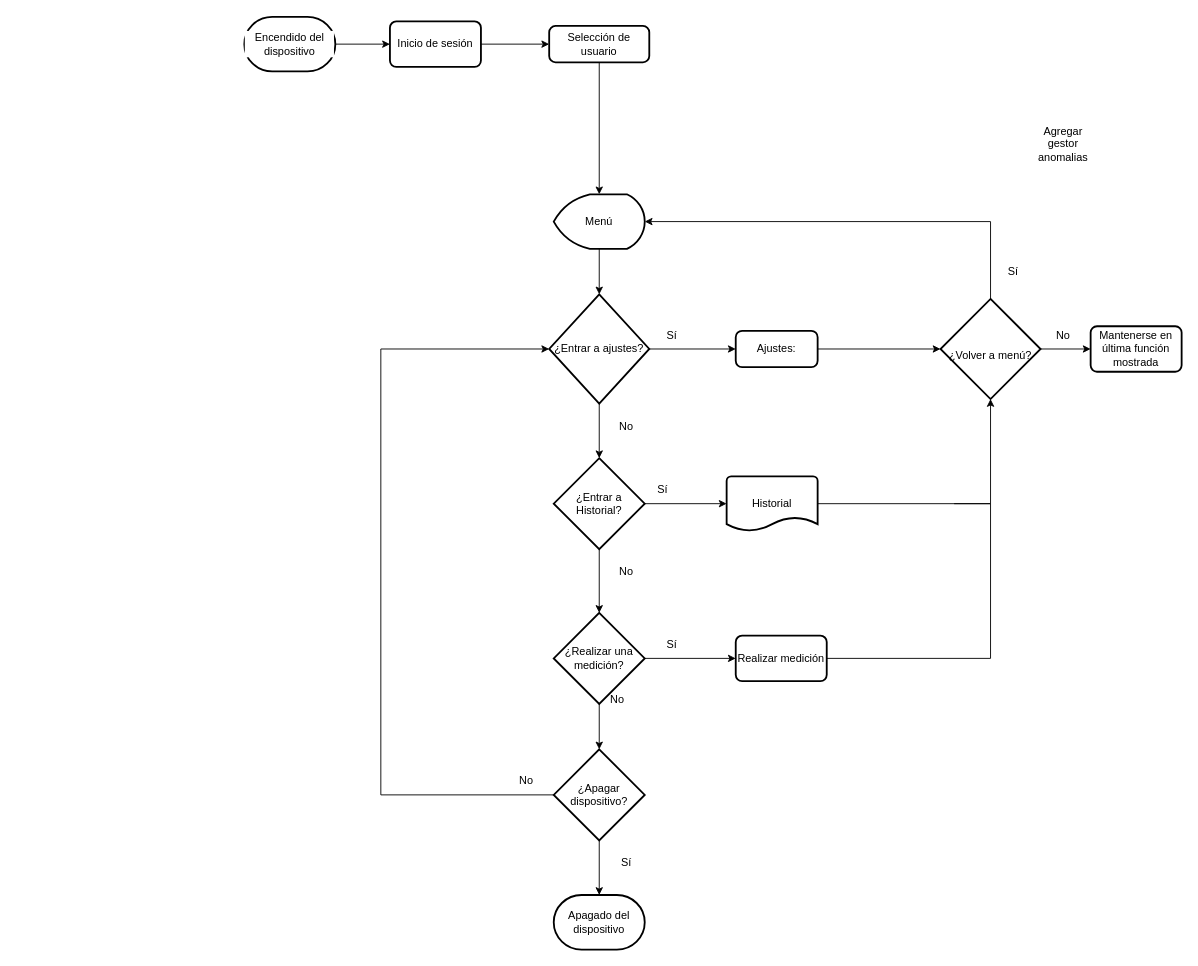
Earlier version of the draw.io diagram Tercera_Fase/Diagramas de software/Diagrama_General.drawio (Angeloib98/BIATRONIC). Source tidied: cells renumbered, new cells numbered last; positions are measured from the earlier drawing's top-left corner, leaving out a move shared by most shapes. Both pictures are drawn from the tidied source at 91%, with x=0, y=0 at pixel (244, 16).
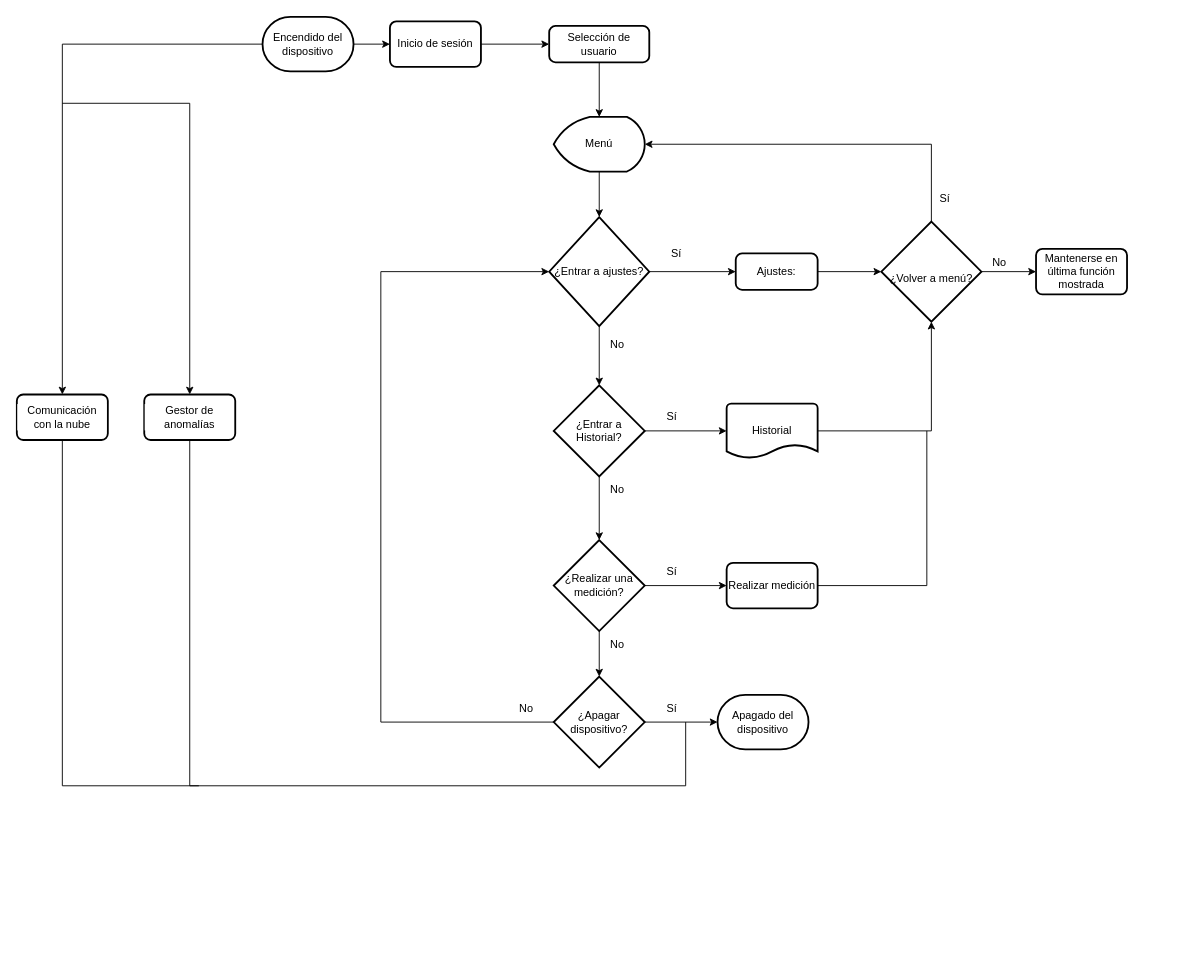
Above is the later version.

Diff of the diagram source:
```diff
@@
-    <mxCell id="3" value="¿Entrar a ajustes?" style="strokeWidth=2;html=1;shape=mxgraph.flowchart.decision;whiteSpace=wrap;" parent="1" vertex="1">
-      <mxGeometry x="335" y="305" width="110" height="120" as="geometry" />
+    <mxCell id="3" value="¿Entrar a ajustes?" style="strokeWidth=2;html=1;shape=mxgraph.flowchart.decision;whiteSpace=wrap;fillColor=default;strokeColor=default;fontColor=default;" parent="1" vertex="1">
+      <mxGeometry x="335" y="220" width="110" height="120" as="geometry" />
     </mxCell>
@@
-    <mxCell id="5" value="¿Entrar a Historial?" style="strokeWidth=2;html=1;shape=mxgraph.flowchart.decision;whiteSpace=wrap;" parent="1" vertex="1">
-      <mxGeometry x="340" y="485" width="100" height="100" as="geometry" />
+    <mxCell id="5" value="¿Entrar a Historial?" style="strokeWidth=2;html=1;shape=mxgraph.flowchart.decision;whiteSpace=wrap;fillColor=default;strokeColor=default;fontColor=default;" parent="1" vertex="1">
+      <mxGeometry x="340" y="405" width="100" height="100" as="geometry" />
     </mxCell>
@@
-    <mxCell id="8" value="¿Realizar una medición?" style="strokeWidth=2;html=1;shape=mxgraph.flowchart.decision;whiteSpace=wrap;" parent="1" vertex="1">
-      <mxGeometry x="340" y="655" width="100" height="100" as="geometry" />
+    <mxCell id="8" value="¿Realizar una medición?" style="strokeWidth=2;html=1;shape=mxgraph.flowchart.decision;whiteSpace=wrap;fillColor=default;strokeColor=default;fontColor=default;" parent="1" vertex="1">
+      <mxGeometry x="340" y="575" width="100" height="100" as="geometry" />
     </mxCell>
@@
-    <mxCell id="10" value="No" style="text;html=1;strokeColor=none;fillColor=none;align=center;verticalAlign=middle;whiteSpace=wrap;rounded=0;" parent="1" vertex="1">
-      <mxGeometry x="390" y="435" width="60" height="30" as="geometry" />
+    <mxCell id="10" value="No" style="text;html=1;strokeColor=none;fillColor=none;align=center;verticalAlign=middle;whiteSpace=wrap;rounded=0;fontColor=default;" parent="1" vertex="1">
+      <mxGeometry x="380" y="345" width="60" height="30" as="geometry" />
     </mxCell>
-    <mxCell id="11" style="endArrow=classic;html=1;rounded=0;entryX=0.5;entryY=0;entryDx=0;entryDy=0;entryPerimeter=0;" parent="1" edge="1" target="8">
-      <mxGeometry relative="1" as="geometry">
-        <mxPoint x="390" y="585" as="sourcePoint" />
-      </mxGeometry>
+    <mxCell id="11" style="endArrow=classic;html=1;rounded=0;entryX=0.5;entryY=0;entryDx=0;entryDy=0;entryPerimeter=0;exitX=0.5;exitY=1;exitDx=0;exitDy=0;exitPerimeter=0;strokeColor=default;labelBackgroundColor=default;fontColor=default;" parent="1" edge="1" source="5" target="8">
+      <mxGeometry relative="1" as="geometry" />
     </mxCell>
-    <mxCell id="12" value="No" style="text;html=1;strokeColor=none;fillColor=none;align=center;verticalAlign=middle;whiteSpace=wrap;rounded=0;" parent="1" vertex="1">
-      <mxGeometry x="390" y="595" width="60" height="30" as="geometry" />
+    <mxCell id="12" value="No" style="text;html=1;strokeColor=none;fillColor=none;align=center;verticalAlign=middle;whiteSpace=wrap;rounded=0;fontColor=default;" parent="1" vertex="1">
+      <mxGeometry x="380" y="505" width="60" height="30" as="geometry" />
     </mxCell>
+    <mxCell id="14" style="edgeStyle=orthogonalEdgeStyle;rounded=0;jettySize=auto;html=1;exitX=0;exitY=0.5;exitDx=0;exitDy=0;exitPerimeter=0;entryX=0;entryY=0.5;entryDx=0;entryDy=0;entryPerimeter=0;strokeColor=default;labelBackgroundColor=default;fontColor=default;" parent="1" edge="1" source="15" target="3">
+      <mxGeometry relative="1" as="geometry">
+        <Array as="points">
+          <mxPoint x="150" y="775" />
+          <mxPoint x="150" y="280" />
+        </Array>
+      </mxGeometry>
+    </mxCell>
-    <mxCell id="13" style="edgeStyle=orthogonalEdgeStyle;rounded=0;jettySize=auto;html=1;exitX=0.5;exitY=1;exitDx=0;exitDy=0;exitPerimeter=0;entryX=0.5;entryY=0;entryDx=0;entryDy=0;entryPerimeter=0;" parent="1" edge="1" source="15" target="19">
+    <mxCell id="13" style="edgeStyle=orthogonalEdgeStyle;rounded=0;jettySize=auto;html=1;exitX=1;exitY=0.5;exitDx=0;exitDy=0;exitPerimeter=0;entryX=0;entryY=0.5;entryDx=0;entryDy=0;entryPerimeter=0;labelBackgroundColor=default;fontColor=default;strokeColor=default;" parent="1" edge="1" source="15" target="19">
       <mxGeometry relative="1" as="geometry" />
     </mxCell>
-    <mxCell id="14" style="edgeStyle=orthogonalEdgeStyle;rounded=0;jettySize=auto;html=1;exitX=0;exitY=0.5;exitDx=0;exitDy=0;exitPerimeter=0;entryX=0;entryY=0.5;entryDx=0;entryDy=0;entryPerimeter=0;" parent="1" edge="1" source="15" target="3">
-      <mxGeometry relative="1" as="geometry">
-        <Array as="points">
-          <mxPoint x="150" y="855" />
-          <mxPoint x="150" y="365" />
-        </Array>
-      </mxGeometry>
-    </mxCell>
-    <mxCell id="15" value="¿Apagar dispositivo?" style="strokeWidth=2;html=1;shape=mxgraph.flowchart.decision;whiteSpace=wrap;" parent="1" vertex="1">
-      <mxGeometry x="340" y="805" width="100" height="100" as="geometry" />
+    <mxCell id="15" value="¿Apagar dispositivo?" style="strokeWidth=2;html=1;shape=mxgraph.flowchart.decision;whiteSpace=wrap;fillColor=default;strokeColor=default;fontColor=default;" parent="1" vertex="1">
+      <mxGeometry x="340" y="725" width="100" height="100" as="geometry" />
     </mxCell>
-    <mxCell id="16" value="No" style="text;html=1;strokeColor=none;fillColor=none;align=center;verticalAlign=middle;whiteSpace=wrap;rounded=0;" parent="1" vertex="1">
-      <mxGeometry x="380" y="735" width="60" height="30" as="geometry" />
+    <mxCell id="16" value="No" style="text;html=1;strokeColor=none;fillColor=none;align=center;verticalAlign=middle;whiteSpace=wrap;rounded=0;fontColor=default;" parent="1" vertex="1">
+      <mxGeometry x="380" y="675" width="60" height="30" as="geometry" />
     </mxCell>
@@
-    <mxCell id="18" value="Encendido del dispositivo" style="strokeWidth=2;html=1;shape=mxgraph.flowchart.terminator;whiteSpace=wrap;fillColor=default;strokeColor=default;fontColor=default;labelBackgroundColor=default;" parent="1" vertex="1">
-      <mxGeometry width="100" height="60" as="geometry" />
-    </mxCell>
-    <mxCell id="19" value="Apagado del dispositivo" style="strokeWidth=2;html=1;shape=mxgraph.flowchart.terminator;whiteSpace=wrap;" parent="1" vertex="1">
-      <mxGeometry x="340" y="965" width="100" height="60" as="geometry" />
+    <mxCell id="19" value="Apagado del dispositivo" style="strokeWidth=2;html=1;shape=mxgraph.flowchart.terminator;whiteSpace=wrap;fillColor=default;strokeColor=default;fontColor=default;" parent="1" vertex="1">
+      <mxGeometry x="520" y="745" width="100" height="60" as="geometry" />
     </mxCell>
-    <mxCell id="20" value="Sí" style="text;html=1;strokeColor=none;fillColor=none;align=center;verticalAlign=middle;whiteSpace=wrap;rounded=0;" parent="1" vertex="1">
-      <mxGeometry x="390" y="915" width="60" height="30" as="geometry" />
+    <mxCell id="20" value="Sí" style="text;html=1;strokeColor=none;fillColor=none;align=center;verticalAlign=middle;whiteSpace=wrap;rounded=0;fontColor=default;" parent="1" vertex="1">
+      <mxGeometry x="440" y="745" width="60" height="30" as="geometry" />
     </mxCell>
@@
-    <mxCell id="22" value="Historial" style="strokeWidth=2;html=1;shape=mxgraph.flowchart.document2;whiteSpace=wrap;size=0.25;" parent="1" vertex="1">
-      <mxGeometry x="530" y="505" width="100" height="60" as="geometry" />
+    <mxCell id="22" value="Historial" style="strokeWidth=2;html=1;shape=mxgraph.flowchart.document2;whiteSpace=wrap;size=0.25;fillColor=default;strokeColor=default;fontColor=default;" parent="1" vertex="1">
+      <mxGeometry x="530" y="425" width="100" height="60" as="geometry" />
     </mxCell>
-    <mxCell id="23" value="No" style="text;html=1;strokeColor=none;fillColor=none;align=center;verticalAlign=middle;whiteSpace=wrap;rounded=0;" parent="1" vertex="1">
-      <mxGeometry x="280" y="825" width="60" height="30" as="geometry" />
+    <mxCell id="23" value="No" style="text;html=1;strokeColor=none;fillColor=none;align=center;verticalAlign=middle;whiteSpace=wrap;rounded=0;fontColor=default;" parent="1" vertex="1">
+      <mxGeometry x="280" y="745" width="60" height="30" as="geometry" />
     </mxCell>
@@
     <mxCell id="25" value="Ajustes:&lt;br&gt;" style="rounded=1;whiteSpace=wrap;html=1;absoluteArcSize=1;arcSize=14;strokeWidth=2;fillColor=default;strokeColor=default;fontColor=default;" parent="1" vertex="1">
-      <mxGeometry x="540" y="345" width="90" height="40" as="geometry" />
+      <mxGeometry x="540" y="260" width="90" height="40" as="geometry" />
     </mxCell>
-    <mxCell id="26" value="Sí" style="text;html=1;strokeColor=none;fillColor=none;align=center;verticalAlign=middle;whiteSpace=wrap;rounded=0;" parent="1" vertex="1">
-      <mxGeometry x="440" y="335" width="60" height="30" as="geometry" />
+    <mxCell id="26" value="Sí" style="text;html=1;strokeColor=none;fillColor=none;align=center;verticalAlign=middle;whiteSpace=wrap;rounded=0;fontColor=default;" parent="1" vertex="1">
+      <mxGeometry x="445" y="245" width="60" height="30" as="geometry" />
     </mxCell>
-    <mxCell id="27" value="Sí" style="text;html=1;strokeColor=none;fillColor=none;align=center;verticalAlign=middle;whiteSpace=wrap;rounded=0;" parent="1" vertex="1">
-      <mxGeometry x="430" y="505" width="60" height="30" as="geometry" />
+    <mxCell id="27" value="Sí" style="text;html=1;strokeColor=none;fillColor=none;align=center;verticalAlign=middle;whiteSpace=wrap;rounded=0;fontColor=default;" parent="1" vertex="1">
+      <mxGeometry x="440" y="425" width="60" height="30" as="geometry" />
     </mxCell>
     <mxCell id="28" style="edgeStyle=orthogonalEdgeStyle;rounded=0;jettySize=auto;html=1;exitX=1;exitY=0.5;exitDx=0;exitDy=0;endArrow=none;endFill=0;strokeColor=default;labelBackgroundColor=default;fontColor=default;" parent="1" edge="1" source="29">
       <mxGeometry relative="1" as="geometry">
-        <mxPoint x="780" y="535" as="targetPoint" />
+        <mxPoint x="750" y="455" as="targetPoint" />
         <Array as="points">
-          <mxPoint x="820" y="705" />
-          <mxPoint x="820" y="535" />
+          <mxPoint x="750" y="625" />
         </Array>
       </mxGeometry>
     </mxCell>
     <mxCell id="29" value="Realizar medición" style="rounded=1;whiteSpace=wrap;html=1;absoluteArcSize=1;arcSize=14;strokeWidth=2;fillColor=default;strokeColor=default;fontColor=default;" parent="1" vertex="1">
-      <mxGeometry x="540" y="680" width="100" height="50" as="geometry" />
+      <mxGeometry x="530" y="600" width="100" height="50" as="geometry" />
     </mxCell>
-    <mxCell id="30" value="Sí" style="text;html=1;strokeColor=none;fillColor=none;align=center;verticalAlign=middle;whiteSpace=wrap;rounded=0;" parent="1" vertex="1">
-      <mxGeometry x="440" y="675" width="60" height="30" as="geometry" />
+    <mxCell id="30" value="Sí" style="text;html=1;strokeColor=none;fillColor=none;align=center;verticalAlign=middle;whiteSpace=wrap;rounded=0;fontColor=default;" parent="1" vertex="1">
+      <mxGeometry x="440" y="595" width="60" height="30" as="geometry" />
     </mxCell>
@@
-    <mxCell id="34" value="Menú" style="strokeWidth=2;html=1;shape=mxgraph.flowchart.display;whiteSpace=wrap;" parent="1" vertex="1">
-      <mxGeometry x="340" y="195" width="100" height="60" as="geometry" />
+    <mxCell id="34" value="Menú" style="strokeWidth=2;html=1;shape=mxgraph.flowchart.display;whiteSpace=wrap;fillColor=default;strokeColor=default;fontColor=default;" parent="1" vertex="1">
+      <mxGeometry x="340" y="110" width="100" height="60" as="geometry" />
     </mxCell>
@@
     <mxCell id="37" value="&lt;br&gt;¿Volver a menú?" style="strokeWidth=2;html=1;shape=mxgraph.flowchart.decision;whiteSpace=wrap;fillColor=default;strokeColor=default;fontColor=default;" parent="1" vertex="1">
-      <mxGeometry x="765" y="310" width="110" height="110" as="geometry" />
+      <mxGeometry x="700" y="225" width="110" height="110" as="geometry" />
     </mxCell>
-    <mxCell id="38" value="Mantenerse en última función mostrada" style="rounded=1;whiteSpace=wrap;html=1;absoluteArcSize=1;arcSize=14;strokeWidth=2;" parent="1" vertex="1">
-      <mxGeometry x="930" y="340" width="100" height="50" as="geometry" />
+    <mxCell id="38" value="Mantenerse en última función mostrada" style="rounded=1;whiteSpace=wrap;html=1;absoluteArcSize=1;arcSize=14;strokeWidth=2;fillColor=default;strokeColor=default;fontColor=default;" parent="1" vertex="1">
+      <mxGeometry x="870" y="255" width="100" height="50" as="geometry" />
     </mxCell>
     <mxCell id="39" value="No" style="text;html=1;strokeColor=none;fillColor=none;align=center;verticalAlign=middle;whiteSpace=wrap;rounded=0;fontColor=default;" parent="1" vertex="1">
-      <mxGeometry x="870" y="335" width="60" height="30" as="geometry" />
+      <mxGeometry x="800" y="255" width="60" height="30" as="geometry" />
     </mxCell>
     <mxCell id="40" value="Sí" style="text;html=1;strokeColor=none;fillColor=none;align=center;verticalAlign=middle;whiteSpace=wrap;rounded=0;fontColor=default;" parent="1" vertex="1">
-      <mxGeometry x="815" y="265" width="60" height="30" as="geometry" />
+      <mxGeometry x="740" y="185" width="60" height="30" as="geometry" />
     </mxCell>
@@
-    <mxCell id="42" value="Agregar gestor anomalias" style="text;html=1;strokeColor=none;fillColor=none;align=center;verticalAlign=middle;whiteSpace=wrap;rounded=0;fontColor=default;" parent="1" vertex="1">
-      <mxGeometry x="870" y="125" width="60" height="30" as="geometry" />
-    </mxCell>
@@
+    <mxCell id="44" style="edgeStyle=orthogonalEdgeStyle;rounded=0;jettySize=auto;html=1;exitX=0;exitY=0.5;exitDx=0;exitDy=0;exitPerimeter=0;entryX=0.5;entryY=0;entryDx=0;entryDy=0;labelBackgroundColor=default;fontColor=default;strokeColor=default;" parent="1" edge="1" source="18" target="46">
+      <mxGeometry relative="1" as="geometry" />
+    </mxCell>
+    <mxCell id="18" value="Encendido del dispositivo" style="strokeWidth=2;html=1;shape=mxgraph.flowchart.terminator;whiteSpace=wrap;fillColor=default;strokeColor=default;fontColor=default;" parent="1" vertex="1">
+      <mxGeometry x="20" width="100" height="60" as="geometry" />
+    </mxCell>
+    <mxCell id="45" style="edgeStyle=orthogonalEdgeStyle;rounded=0;jettySize=auto;html=1;labelBackgroundColor=default;fontColor=default;startArrow=none;startFill=0;endArrow=none;endFill=0;strokeColor=default;" parent="1" edge="1" source="46">
+      <mxGeometry relative="1" as="geometry">
+        <mxPoint x="-50" y="845" as="targetPoint" />
+        <Array as="points">
+          <mxPoint x="-200" y="845" />
+        </Array>
+      </mxGeometry>
+    </mxCell>
+    <mxCell id="46" value="Comunicación con la nube" style="rounded=1;whiteSpace=wrap;html=1;absoluteArcSize=1;arcSize=14;strokeWidth=2;labelBackgroundColor=default;fontColor=default;fillColor=default;strokeColor=default;" parent="1" vertex="1">
+      <mxGeometry x="-250" y="415" width="100" height="50" as="geometry" />
+    </mxCell>
+    <mxCell id="47" style="edgeStyle=orthogonalEdgeStyle;rounded=0;jettySize=auto;html=1;labelBackgroundColor=default;fontColor=default;strokeColor=default;endArrow=none;endFill=0;startArrow=classic;startFill=1;exitX=0.5;exitY=0;exitDx=0;exitDy=0;" parent="1" edge="1" source="49">
+      <mxGeometry relative="1" as="geometry">
+        <mxPoint x="-200" y="95" as="targetPoint" />
+        <Array as="points">
+          <mxPoint x="-60" y="95" />
+        </Array>
+      </mxGeometry>
+    </mxCell>
+    <mxCell id="48" style="edgeStyle=orthogonalEdgeStyle;rounded=0;jettySize=auto;html=1;exitX=0.5;exitY=1;exitDx=0;exitDy=0;entryX=0.75;entryY=1;entryDx=0;entryDy=0;labelBackgroundColor=default;fontColor=default;startArrow=none;startFill=0;endArrow=none;endFill=0;strokeColor=default;" parent="1" edge="1" source="49" target="20">
+      <mxGeometry relative="1" as="geometry">
+        <Array as="points">
+          <mxPoint x="-60" y="845" />
+          <mxPoint x="485" y="845" />
+        </Array>
+      </mxGeometry>
+    </mxCell>
+    <mxCell id="49" value="Gestor de anomalías" style="rounded=1;whiteSpace=wrap;html=1;absoluteArcSize=1;arcSize=14;strokeWidth=2;labelBackgroundColor=default;fontColor=default;fillColor=default;strokeColor=default;" parent="1" vertex="1">
+      <mxGeometry x="-110" y="415" width="100" height="50" as="geometry" />
+    </mxCell>
```
